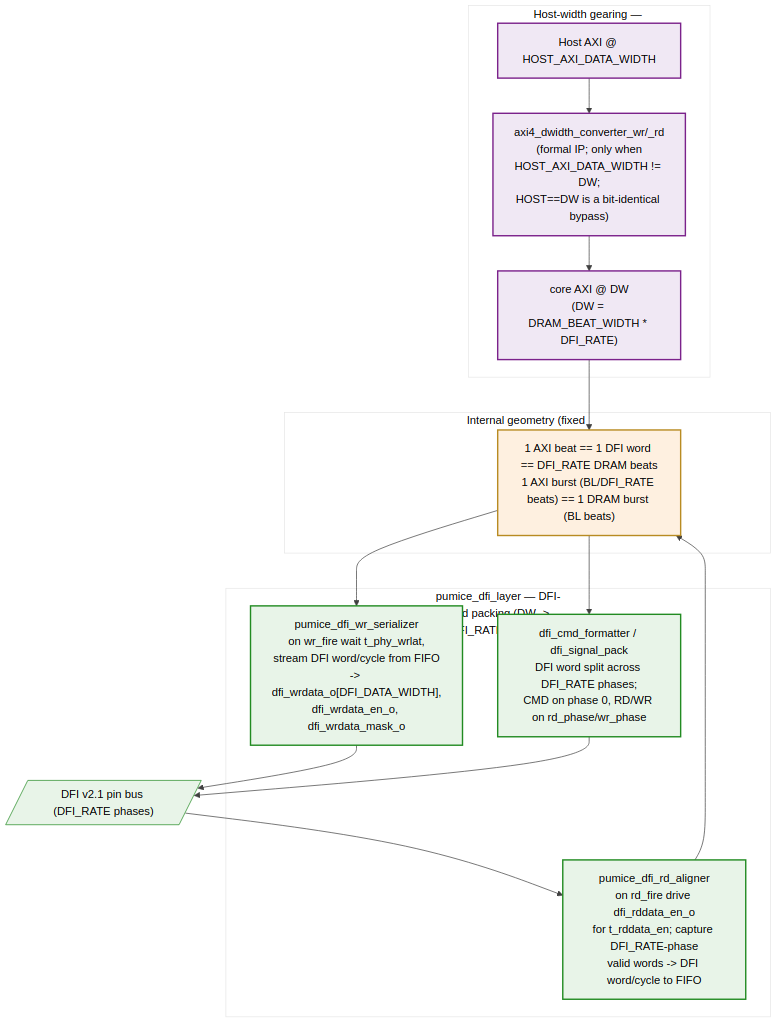
Before: projects/components/mem-ctrl-ip/research-ip/pumice-ddr2-lpddr2/docs/pumice_mas/assets/mermaid/13_gear_dfi_packing.png, a diagram exported from Mermaid (sean-galloway/RTLDesignSherpa). Its source is kept beside it as projects/components/mem-ctrl-ip/research-ip/pumice-ddr2-lpddr2/docs/pumice_mas/assets/mermaid/13_gear_dfi_packing.mmd. Its diagram source:
```mermaid
%%{init: {'theme': 'base', 'themeVariables': { 'primaryColor': '#e8f4e8', 'primaryTextColor': '#000', 'primaryBorderColor': '#228B22', 'lineColor': '#404040', 'secondaryColor': '#f0f0f0', 'tertiaryColor': '#fff'}}}%%
flowchart TB
    subgraph HOSTGEAR["Host-width gearing — pumice_top_geared (OPTIONAL)"]
        host["Host AXI @ HOST_AXI_DATA_WIDTH"]
        conv["axi4_dwidth_converter_wr/_rd<br/>(formal IP; only when<br/>HOST_AXI_DATA_WIDTH != DW;<br/>HOST==DW is a bit-identical bypass)"]
        core_axi["core AXI @ DW<br/>(DW = DRAM_BEAT_WIDTH * DFI_RATE)"]
    end

    subgraph INTERNAL["Internal geometry (fixed DW)"]
        geo["1 AXI beat == 1 DFI word == DFI_RATE DRAM beats<br/>1 AXI burst (BL/DFI_RATE beats) == 1 DRAM burst (BL beats)"]
    end

    subgraph DFILAYER["mc_dfi_2p1_layer — DFI-word packing (DW -> DFI_RATE phases)"]
        wr_ser["mc_dfi_wr_serializer<br/>on wr_fire wait t_phy_wrlat,<br/>stream DFI word/cycle from FIFO<br/>-> dfi_wrdata_o[DFI_DATA_WIDTH],<br/>dfi_wrdata_en_o, dfi_wrdata_mask_o"]
        cmd_fmt["dfi_cmd_formatter / dfi_signal_pack<br/>DFI word split across DFI_RATE phases;<br/>CMD on phase 0, RD/WR on rd_phase/wr_phase"]
        rd_align["mc_dfi_rd_aligner<br/>on rd_fire drive dfi_rddata_en_o<br/>for t_rddata_en; capture DFI_RATE-phase<br/>valid words -> DFI word/cycle to FIFO"]
    end

    dfi_bus[/"DFI v2.1 pin bus (DFI_RATE phases)"/]

    host --> conv
    conv --> core_axi
    core_axi --> geo
    geo --> wr_ser
    geo --> cmd_fmt
    wr_ser --> dfi_bus
    cmd_fmt --> dfi_bus
    dfi_bus --> rd_align
    rd_align --> geo

    classDef gear fill:#f0e8f4,stroke:#7B228B,stroke-width:2px
    classDef geob fill:#fef0e0,stroke:#B88B22,stroke-width:2px
    classDef dfi fill:#e8f4e8,stroke:#228B22,stroke-width:2px

    class host,conv,core_axi gear
    class geo geob
    class wr_ser,cmd_fmt,rd_align dfi
```
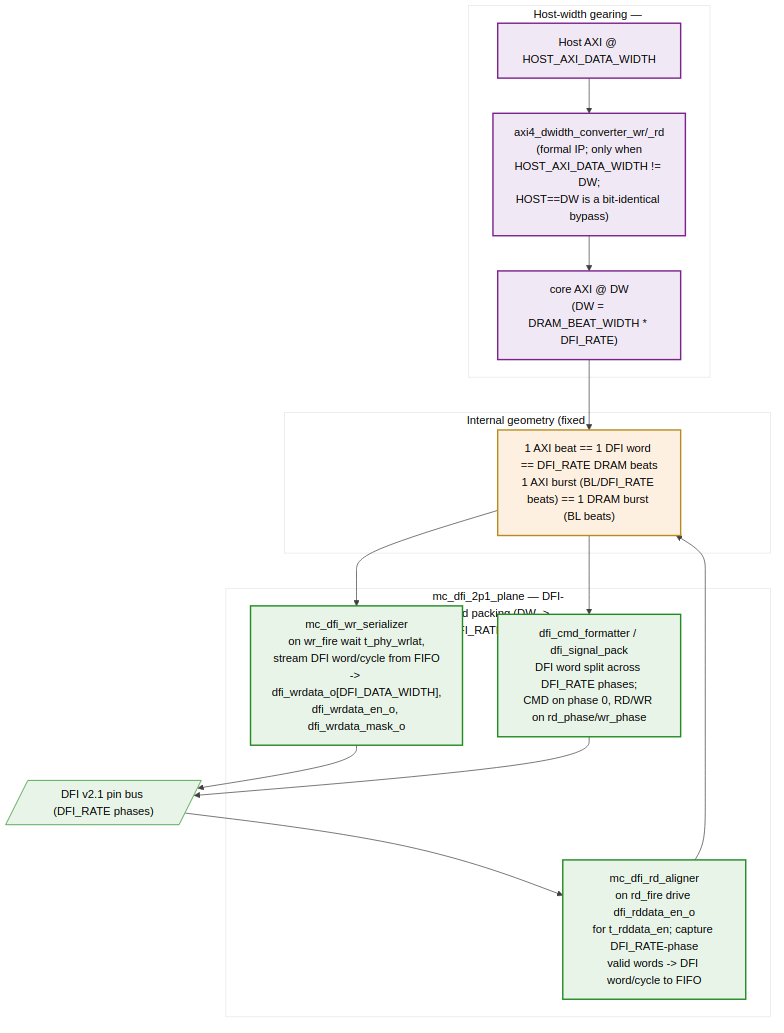
After the change.

The edit, as a diff of the source:
```diff
@@ -10,7 +10,7 @@
         geo["1 AXI beat == 1 DFI word == DFI_RATE DRAM beats<br/>1 AXI burst (BL/DFI_RATE beats) == 1 DRAM burst (BL beats)"]
     end
 
-    subgraph DFILAYER["mc_dfi_2p1_layer — DFI-word packing (DW -> DFI_RATE phases)"]
+    subgraph DFIPLANE["mc_dfi_2p1_plane — DFI-word packing (DW -> DFI_RATE phases)"]
         wr_ser["mc_dfi_wr_serializer<br/>on wr_fire wait t_phy_wrlat,<br/>stream DFI word/cycle from FIFO<br/>-> dfi_wrdata_o[DFI_DATA_WIDTH],<br/>dfi_wrdata_en_o, dfi_wrdata_mask_o"]
         cmd_fmt["dfi_cmd_formatter / dfi_signal_pack<br/>DFI word split across DFI_RATE phases;<br/>CMD on phase 0, RD/WR on rd_phase/wr_phase"]
         rd_align["mc_dfi_rd_aligner<br/>on rd_fire drive dfi_rddata_en_o<br/>for t_rddata_en; capture DFI_RATE-phase<br/>valid words -> DFI word/cycle to FIFO"]
```
